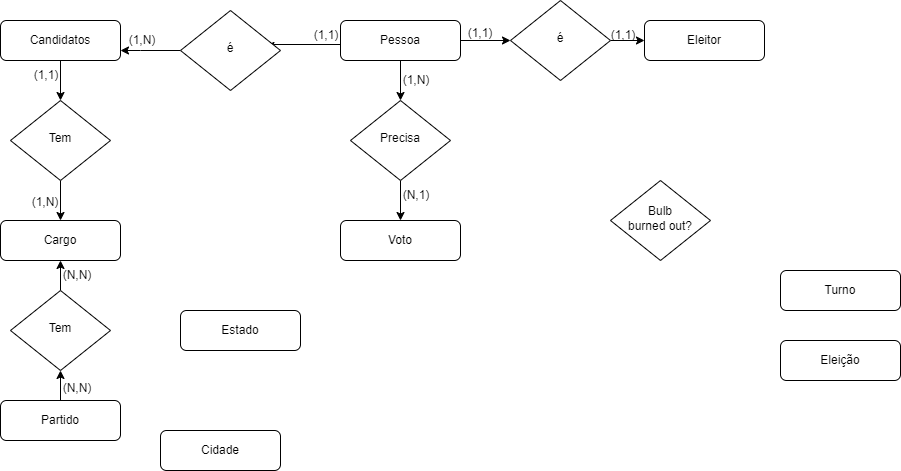
This is .github/Modelo Conceitual Votação.drawio.png from JhayneK/Sistema-Votacao, a draw.io export, as it was before one commit. Source tidied: cells renumbered, new cells last; positions are measured from the earlier drawing's top-left corner, leaving out a move shared by most shapes.
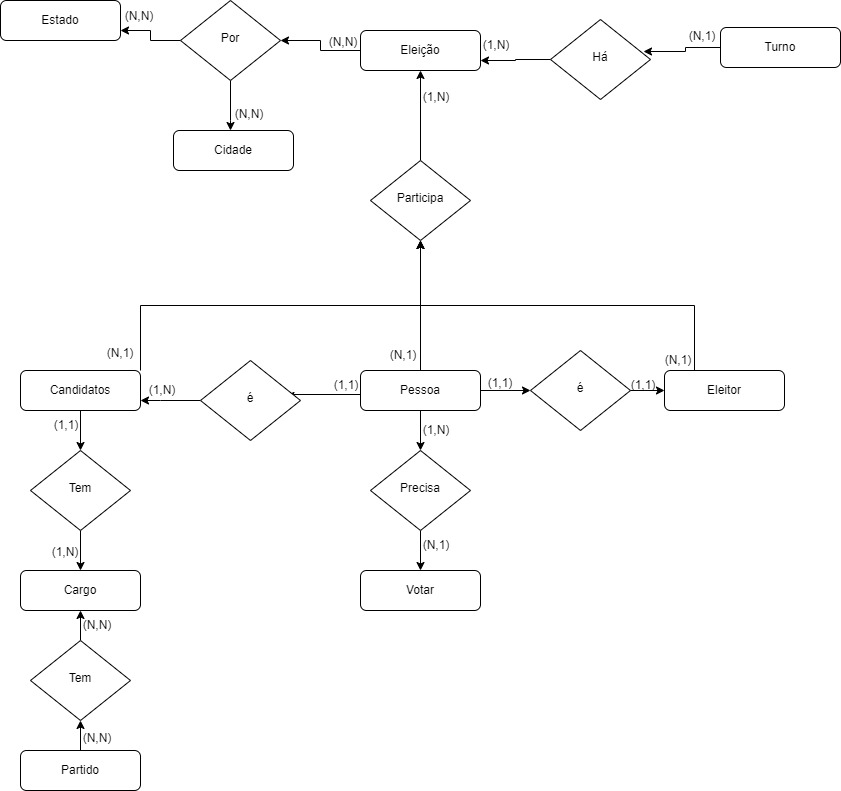
After the change.

Change to the diagram source:
```diff
@@ -16,6 +16,9 @@
     <mxCell id="4" style="edgeStyle=orthogonalEdgeStyle;rounded=0;jettySize=auto;html=1;exitX=1;exitY=0.5;exitDx=0;exitDy=0;" parent="1" edge="1" source="5" target="27">
       <mxGeometry relative="1" as="geometry" />
     </mxCell>
+    <mxCell id="38" style="edgeStyle=orthogonalEdgeStyle;rounded=0;jettySize=auto;html=1;exitX=0.5;exitY=0;exitDx=0;exitDy=0;" parent="1" edge="1" source="5" target="9">
+      <mxGeometry relative="1" as="geometry" />
+    </mxCell>
     <mxCell id="5" value="Pessoa" style="rounded=1;whiteSpace=wrap;html=1;fontSize=12;glass=0;strokeWidth=1;shadow=0;" parent="1" vertex="1">
       <mxGeometry x="340" y="20" width="120" height="40" as="geometry" />
     </mxCell>
@@ -25,11 +28,17 @@
     <mxCell id="7" value="Precisa" style="rhombus;whiteSpace=wrap;html=1;shadow=0;fontFamily=Helvetica;fontSize=12;align=center;strokeWidth=1;spacing=6;spacingTop=-4;" parent="1" vertex="1">
       <mxGeometry x="350" y="100" width="100" height="80" as="geometry" />
     </mxCell>
+    <mxCell id="39" style="edgeStyle=orthogonalEdgeStyle;rounded=0;jettySize=auto;html=1;exitX=0.25;exitY=0;exitDx=0;exitDy=0;entryX=0.5;entryY=1;entryDx=0;entryDy=0;" parent="1" edge="1" source="8" target="9">
+      <mxGeometry relative="1" as="geometry" />
+    </mxCell>
     <mxCell id="8" value="Eleitor" style="rounded=1;whiteSpace=wrap;html=1;fontSize=12;glass=0;strokeWidth=1;shadow=0;" parent="1" vertex="1">
       <mxGeometry x="644" y="20" width="120" height="40" as="geometry" />
     </mxCell>
+    <mxCell id="40" style="edgeStyle=orthogonalEdgeStyle;rounded=0;jettySize=auto;html=1;exitX=0.5;exitY=0;exitDx=0;exitDy=0;entryX=0.5;entryY=1;entryDx=0;entryDy=0;" parent="1" edge="1" source="9" target="16">
+      <mxGeometry relative="1" as="geometry" />
+    </mxCell>
-    <mxCell id="9" value="Bulb&lt;br&gt;burned out?" style="rhombus;whiteSpace=wrap;html=1;shadow=0;fontFamily=Helvetica;fontSize=12;align=center;strokeWidth=1;spacing=6;spacingTop=-4;" parent="1" vertex="1">
-      <mxGeometry x="610" y="180" width="100" height="80" as="geometry" />
+    <mxCell id="9" value="Participa" style="rhombus;whiteSpace=wrap;html=1;shadow=0;fontFamily=Helvetica;fontSize=12;align=center;strokeWidth=1;spacing=6;spacingTop=-4;" parent="1" vertex="1">
+      <mxGeometry x="350" y="-190" width="100" height="80" as="geometry" />
     </mxCell>
     <mxCell id="10" style="edgeStyle=orthogonalEdgeStyle;rounded=0;jettySize=auto;html=1;exitX=0.5;exitY=0;exitDx=0;exitDy=0;entryX=0.5;entryY=1;entryDx=0;entryDy=0;" parent="1" edge="1" source="11" target="33">
       <mxGeometry relative="1" as="geometry" />
@@ -40,23 +49,32 @@
     <mxCell id="12" style="edgeStyle=orthogonalEdgeStyle;rounded=0;jettySize=auto;html=1;exitX=0.5;exitY=1;exitDx=0;exitDy=0;entryX=0.5;entryY=0;entryDx=0;entryDy=0;" parent="1" edge="1" source="13" target="31">
       <mxGeometry relative="1" as="geometry" />
     </mxCell>
+    <mxCell id="41" style="edgeStyle=orthogonalEdgeStyle;rounded=0;jettySize=auto;html=1;exitX=1;exitY=0;exitDx=0;exitDy=0;" parent="1" edge="1" source="13" target="9">
+      <mxGeometry relative="1" as="geometry" />
+    </mxCell>
     <mxCell id="13" value="Candidatos" style="rounded=1;whiteSpace=wrap;html=1;fontSize=12;glass=0;strokeWidth=1;shadow=0;" parent="1" vertex="1">
       <mxGeometry y="20" width="120" height="40" as="geometry" />
     </mxCell>
     <mxCell id="14" value="Estado" style="rounded=1;whiteSpace=wrap;html=1;fontSize=12;glass=0;strokeWidth=1;shadow=0;" parent="1" vertex="1">
-      <mxGeometry x="180" y="310" width="120" height="40" as="geometry" />
+      <mxGeometry x="-20" y="-350" width="120" height="40" as="geometry" />
     </mxCell>
     <mxCell id="15" value="Cidade" style="rounded=1;whiteSpace=wrap;html=1;fontSize=12;glass=0;strokeWidth=1;shadow=0;" parent="1" vertex="1">
-      <mxGeometry x="160" y="430" width="120" height="40" as="geometry" />
+      <mxGeometry x="153" y="-220" width="120" height="40" as="geometry" />
     </mxCell>
+    <mxCell id="42" style="edgeStyle=orthogonalEdgeStyle;rounded=0;jettySize=auto;html=1;exitX=0;exitY=0.5;exitDx=0;exitDy=0;entryX=1;entryY=0.5;entryDx=0;entryDy=0;" parent="1" edge="1" source="16" target="50">
+      <mxGeometry relative="1" as="geometry" />
+    </mxCell>
     <mxCell id="16" value="Eleição" style="rounded=1;whiteSpace=wrap;html=1;fontSize=12;glass=0;strokeWidth=1;shadow=0;" parent="1" vertex="1">
-      <mxGeometry x="780" y="340" width="120" height="40" as="geometry" />
+      <mxGeometry x="340" y="-320" width="120" height="40" as="geometry" />
     </mxCell>
-    <mxCell id="17" value="Voto" style="rounded=1;whiteSpace=wrap;html=1;fontSize=12;glass=0;strokeWidth=1;shadow=0;" parent="1" vertex="1">
+    <mxCell id="17" value="Votar" style="rounded=1;whiteSpace=wrap;html=1;fontSize=12;glass=0;strokeWidth=1;shadow=0;" parent="1" vertex="1">
       <mxGeometry x="340" y="220" width="120" height="40" as="geometry" />
     </mxCell>
+    <mxCell id="43" style="edgeStyle=orthogonalEdgeStyle;rounded=0;jettySize=auto;html=1;exitX=0;exitY=0.5;exitDx=0;exitDy=0;entryX=0.93;entryY=0.4;entryDx=0;entryDy=0;entryPerimeter=0;" parent="1" edge="1" source="18" target="55">
+      <mxGeometry relative="1" as="geometry" />
+    </mxCell>
     <mxCell id="18" value="Turno" style="rounded=1;whiteSpace=wrap;html=1;fontSize=12;glass=0;strokeWidth=1;shadow=0;" parent="1" vertex="1">
-      <mxGeometry x="780" y="270" width="120" height="40" as="geometry" />
+      <mxGeometry x="700" y="-323" width="120" height="40" as="geometry" />
     </mxCell>
     <mxCell id="19" value="Cargo" style="rounded=1;whiteSpace=wrap;html=1;fontSize=12;glass=0;strokeWidth=1;shadow=0;" parent="1" vertex="1">
       <mxGeometry y="220" width="120" height="40" as="geometry" />
@@ -120,5 +138,52 @@
     <mxCell id="37" value="(N,N)" style="text;html=1;strokeColor=none;fillColor=none;align=center;verticalAlign=middle;whiteSpace=wrap;rounded=0;" parent="1" vertex="1">
       <mxGeometry x="47" y="260" width="60" height="30" as="geometry" />
     </mxCell>
+    <mxCell id="44" value="(N,1)" style="text;html=1;strokeColor=none;fillColor=none;align=center;verticalAlign=middle;whiteSpace=wrap;rounded=0;" parent="1" vertex="1">
+      <mxGeometry x="70" y="-12" width="60" height="30" as="geometry" />
+    </mxCell>
+    <mxCell id="45" value="(N,1)" style="text;html=1;strokeColor=none;fillColor=none;align=center;verticalAlign=middle;whiteSpace=wrap;rounded=0;" parent="1" vertex="1">
+      <mxGeometry x="353" y="-10" width="60" height="30" as="geometry" />
+    </mxCell>
+    <mxCell id="46" value="(N,1)" style="text;html=1;strokeColor=none;fillColor=none;align=center;verticalAlign=middle;whiteSpace=wrap;rounded=0;" parent="1" vertex="1">
+      <mxGeometry x="628" y="-5" width="60" height="30" as="geometry" />
+    </mxCell>
+    <mxCell id="47" value="(1,N)" style="text;html=1;strokeColor=none;fillColor=none;align=center;verticalAlign=middle;whiteSpace=wrap;rounded=0;" parent="1" vertex="1">
+      <mxGeometry x="386" y="-268" width="60" height="30" as="geometry" />
+    </mxCell>
+    <mxCell id="48" style="edgeStyle=orthogonalEdgeStyle;rounded=0;jettySize=auto;html=1;exitX=0;exitY=0.5;exitDx=0;exitDy=0;entryX=1;entryY=0.75;entryDx=0;entryDy=0;" parent="1" edge="1" source="50" target="14">
+      <mxGeometry relative="1" as="geometry" />
+    </mxCell>
+    <mxCell id="49" style="edgeStyle=orthogonalEdgeStyle;rounded=0;jettySize=auto;html=1;exitX=0.5;exitY=1;exitDx=0;exitDy=0;" parent="1" edge="1" source="50" target="15">
+      <mxGeometry relative="1" as="geometry">
+        <Array as="points">
+          <mxPoint x="210" y="-230" />
+          <mxPoint x="210" y="-230" />
+        </Array>
+      </mxGeometry>
+    </mxCell>
+    <mxCell id="50" value="Por" style="rhombus;whiteSpace=wrap;html=1;shadow=0;fontFamily=Helvetica;fontSize=12;align=center;strokeWidth=1;spacing=6;spacingTop=-4;" parent="1" vertex="1">
+      <mxGeometry x="160" y="-350" width="100" height="80" as="geometry" />
+    </mxCell>
+    <mxCell id="51" value="(N,N)" style="text;html=1;strokeColor=none;fillColor=none;align=center;verticalAlign=middle;whiteSpace=wrap;rounded=0;" parent="1" vertex="1">
+      <mxGeometry x="89" y="-349" width="60" height="30" as="geometry" />
+    </mxCell>
+    <mxCell id="52" value="(N,N)" style="text;html=1;strokeColor=none;fillColor=none;align=center;verticalAlign=middle;whiteSpace=wrap;rounded=0;" parent="1" vertex="1">
+      <mxGeometry x="293" y="-323" width="60" height="30" as="geometry" />
+    </mxCell>
+    <mxCell id="53" value="(N,N)" style="text;html=1;strokeColor=none;fillColor=none;align=center;verticalAlign=middle;whiteSpace=wrap;rounded=0;" parent="1" vertex="1">
+      <mxGeometry x="199" y="-251" width="60" height="30" as="geometry" />
+    </mxCell>
+    <mxCell id="54" style="edgeStyle=orthogonalEdgeStyle;rounded=0;jettySize=auto;html=1;exitX=0;exitY=0.5;exitDx=0;exitDy=0;entryX=1;entryY=0.75;entryDx=0;entryDy=0;" parent="1" edge="1" source="55" target="16">
+      <mxGeometry relative="1" as="geometry" />
+    </mxCell>
+    <mxCell id="55" value="Há" style="rhombus;whiteSpace=wrap;html=1;shadow=0;fontFamily=Helvetica;fontSize=12;align=center;strokeWidth=1;spacing=6;spacingTop=-4;" parent="1" vertex="1">
+      <mxGeometry x="530" y="-331" width="100" height="80" as="geometry" />
+    </mxCell>
+    <mxCell id="56" value="(N,1)" style="text;html=1;strokeColor=none;fillColor=none;align=center;verticalAlign=middle;whiteSpace=wrap;rounded=0;" parent="1" vertex="1">
+      <mxGeometry x="652" y="-329" width="60" height="30" as="geometry" />
+    </mxCell>
+    <mxCell id="57" value="(1,N)" style="text;html=1;strokeColor=none;fillColor=none;align=center;verticalAlign=middle;whiteSpace=wrap;rounded=0;" parent="1" vertex="1">
+      <mxGeometry x="446" y="-320" width="60" height="30" as="geometry" />
+    </mxCell>
   </root>
 </mxGraphModel>
```
